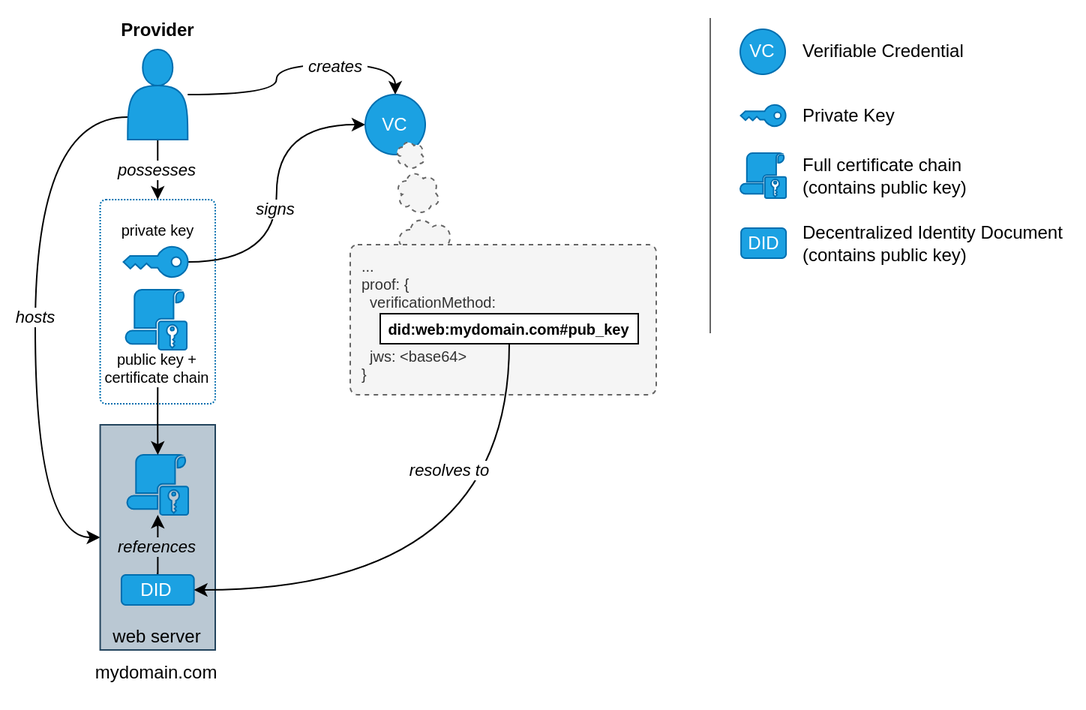
SovereignCloudStack/website keeps this draw.io diagram as _assets/images/blog/gx-credentials/gx-lrn-credential-structure.png. Above is the earlier version. Source tidied: cells renumbered, new cells last; positions are measured from the earlier drawing's top-left corner, leaving out a move shared by most shapes.
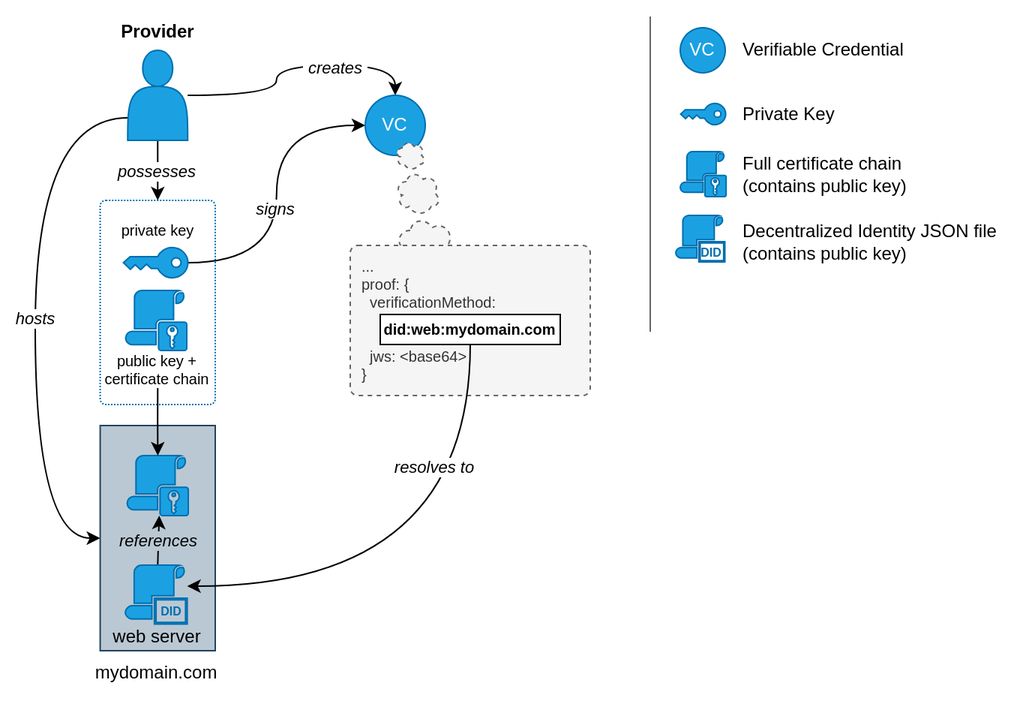
After the change.

What changed in the source:
```diff
@@ -59,15 +59,15 @@
     <mxCell id="17" style="sketch=0;shadow=0;dashed=0;html=1;strokeColor=#006EAF;fillColor=#1ba1e2;labelPosition=center;verticalLabelPosition=bottom;verticalAlign=top;align=center;shape=mxgraph.office.security.role_assignment_policy;fontColor=#ffffff;" parent="1" vertex="1">
       <mxGeometry x="60.3" y="182.5" width="40.7" height="40" as="geometry" />
     </mxCell>
-    <mxCell id="18" style="edgeStyle=orthogonalEdgeStyle;rounded=0;jettySize=auto;html=1;" parent="1" edge="1" source="20" target="15">
-      <mxGeometry relative="1" as="geometry" />
+    <mxCell id="18" style="edgeStyle=orthogonalEdgeStyle;rounded=0;orthogonalLoop=1;jettySize=auto;html=1;" parent="1" edge="1">
+      <mxGeometry relative="1" as="geometry">
+        <mxPoint x="81.6" y="365.5" as="sourcePoint" />
+        <mxPoint x="82.6" y="332.5" as="targetPoint" />
+      </mxGeometry>
     </mxCell>
     <mxCell id="19" value="references" style="edgeLabel;html=1;align=center;verticalAlign=middle;fontStyle=2;labelBackgroundColor=#BAC8D3;" parent="18" vertex="1">
       <mxGeometry x="-0.05" y="1" relative="1" as="geometry" />
     </mxCell>
-    <mxCell id="20" value="DID" style="rounded=1;whiteSpace=wrap;html=1;fillColor=#1ba1e2;fontColor=#ffffff;strokeColor=#006EAF;" parent="1" vertex="1">
-      <mxGeometry x="57.5" y="372.5" width="48.4" height="20" as="geometry" />
-    </mxCell>
     <mxCell id="21" style="ellipse;shape=cloud;whiteSpace=wrap;html=1;dashed=1;fillColor=#f5f5f5;fontColor=#333333;strokeColor=#666666;" parent="1" vertex="1">
       <mxGeometry x="240" y="82.5" width="20" height="20" as="geometry" />
     </mxCell>
@@ -78,18 +78,22 @@
       <mxGeometry x="240" y="132.5" width="40" height="40" as="geometry" />
     </mxCell>
     <mxCell id="24" value="&lt;div style=&quot;font-size: 10px;&quot;&gt;&lt;span style=&quot;background-color: initial; font-size: 10px;&quot;&gt;...&lt;/span&gt;&lt;/div&gt;&lt;div style=&quot;font-size: 10px;&quot;&gt;&lt;span style=&quot;background-color: initial; font-size: 10px;&quot;&gt;proof: {&lt;/span&gt;&lt;/div&gt;&lt;div style=&quot;font-size: 10px;&quot;&gt;&lt;span style=&quot;background-color: initial; font-size: 10px;&quot;&gt;&amp;nbsp; verificationMethod:&lt;/span&gt;&lt;br style=&quot;font-size: 10px;&quot;&gt;&lt;/div&gt;&lt;div style=&quot;font-size: 10px;&quot;&gt;&lt;span style=&quot;background-color: initial; font-size: 10px;&quot;&gt;&lt;br&gt;&lt;/span&gt;&lt;/div&gt;&lt;div style=&quot;font-size: 10px;&quot;&gt;&lt;font style=&quot;font-size: 10px;&quot;&gt;&amp;nbsp; &amp;nbsp;&amp;nbsp;&lt;/font&gt;&lt;/div&gt;&lt;div style=&quot;font-size: 10px;&quot;&gt;&lt;font style=&quot;font-size: 10px;&quot;&gt;&amp;nbsp; jws: &amp;lt;base64&amp;gt;&lt;/font&gt;&lt;/div&gt;&lt;div style=&quot;font-size: 10px;&quot;&gt;&lt;font style=&quot;font-size: 10px;&quot;&gt;}&lt;/font&gt;&lt;/div&gt;" style="shape=label;whiteSpace=wrap;html=1;align=left;rounded=1;spacingLeft=6;dashed=1;fontSize=10;verticalAlign=middle;fillColor=#f5f5f5;fontColor=#333333;strokeColor=#666666;arcSize=5;" parent="1" vertex="1">
-      <mxGeometry x="210" y="152.5" width="204" height="100" as="geometry" />
+      <mxGeometry x="210" y="152.5" width="160" height="100" as="geometry" />
     </mxCell>
-    <mxCell id="25" style="edgeStyle=orthogonalEdgeStyle;rounded=0;jettySize=auto;html=1;entryX=1;entryY=0.5;entryDx=0;entryDy=0;curved=1;exitX=0.5;exitY=1;exitDx=0;exitDy=0;" parent="1" edge="1" source="27" target="20">
-      <mxGeometry relative="1" as="geometry" />
+    <mxCell id="25" style="edgeStyle=orthogonalEdgeStyle;rounded=0;jettySize=auto;html=1;curved=1;exitX=0.5;exitY=1;exitDx=0;exitDy=0;" parent="1" edge="1" source="27" target="44">
+      <mxGeometry relative="1" as="geometry">
+        <Array as="points">
+          <mxPoint x="290" y="379.5" />
+        </Array>
+      </mxGeometry>
     </mxCell>
     <mxCell id="26" value="resolves to" style="edgeLabel;html=1;align=center;verticalAlign=middle;fontStyle=2;" parent="25" vertex="1">
       <mxGeometry x="0.59" y="-7" relative="1" as="geometry">
         <mxPoint x="92" y="-73" as="offset" />
       </mxGeometry>
     </mxCell>
-    <mxCell id="27" value="&lt;font style=&quot;font-size: 10px;&quot;&gt;&lt;b style=&quot;font-size: 10px;&quot;&gt;did:web:mydomain.com&lt;/b&gt;&lt;/font&gt;&lt;span class=&quot;objectBox objectBox-string&quot;&gt;&lt;b&gt;#pub_key&lt;/b&gt;&lt;/span&gt;" style="rounded=0;whiteSpace=wrap;html=1;fontSize=10;" parent="1" vertex="1">
-      <mxGeometry x="230" y="198.5" width="172" height="20" as="geometry" />
+    <mxCell id="27" value="&lt;font style=&quot;font-size: 10px;&quot;&gt;&lt;b style=&quot;font-size: 10px;&quot;&gt;did:web:mydomain.com&lt;/b&gt;&lt;/font&gt;" style="rounded=0;whiteSpace=wrap;html=1;fontSize=10;" parent="1" vertex="1">
+      <mxGeometry x="230" y="198.5" width="120" height="20" as="geometry" />
     </mxCell>
     <mxCell id="28" value="private key" style="text;html=1;align=center;verticalAlign=middle;whiteSpace=wrap;rounded=0;fontSize=10;" parent="1" vertex="1">
       <mxGeometry x="51.6" y="132.5" width="60" height="20" as="geometry" />
@@ -102,36 +106,51 @@
     </mxCell>
     <mxCell id="31" style="endArrow=none;html=1;rounded=0;fillColor=#f5f5f5;strokeColor=#666666;" parent="1" edge="1">
       <mxGeometry relative="1" as="geometry">
-        <mxPoint x="450" y="211.5" as="sourcePoint" />
-        <mxPoint x="450" y="1.5" as="targetPoint" />
+        <mxPoint x="410" y="210" as="sourcePoint" />
+        <mxPoint x="410" as="targetPoint" />
       </mxGeometry>
     </mxCell>
     <mxCell id="32" style="sketch=0;shadow=0;dashed=0;html=1;strokeColor=#006EAF;fillColor=#1ba1e2;labelPosition=center;verticalLabelPosition=bottom;verticalAlign=top;align=center;shape=mxgraph.office.security.role_assignment_policy;fontColor=#ffffff;" parent="1" vertex="1">
-      <mxGeometry x="470" y="91.5" width="30.6" height="30" as="geometry" />
+      <mxGeometry x="430" y="90" width="30.6" height="30" as="geometry" />
     </mxCell>
-    <mxCell id="33" value="DID" style="rounded=1;whiteSpace=wrap;html=1;fillColor=#1ba1e2;fontColor=#ffffff;strokeColor=#006EAF;" parent="1" vertex="1">
-      <mxGeometry x="470.6" y="141.5" width="30" height="20" as="geometry" />
-    </mxCell>
     <mxCell id="34" style="sketch=0;shadow=0;dashed=0;html=1;strokeColor=#006EAF;fillColor=#1ba1e2;labelPosition=center;verticalLabelPosition=bottom;verticalAlign=top;align=center;shape=mxgraph.office.security.key_permissions;rotation=90;fontColor=#ffffff;" parent="1" vertex="1">
-      <mxGeometry x="478.2" y="51.5" width="14.2" height="30" as="geometry" />
+      <mxGeometry x="438.2" y="50" width="14.2" height="30" as="geometry" />
     </mxCell>
     <mxCell id="35" value="VC" style="ellipse;whiteSpace=wrap;html=1;fillColor=#1ba1e2;fontColor=#ffffff;strokeColor=#006EAF;" parent="1" vertex="1">
-      <mxGeometry x="470" y="9" width="30" height="30" as="geometry" />
+      <mxGeometry x="430" y="7.5" width="30" height="30" as="geometry" />
     </mxCell>
     <mxCell id="36" value="Verifiable Credential" style="text;html=1;align=left;verticalAlign=middle;whiteSpace=wrap;rounded=0;" parent="1" vertex="1">
-      <mxGeometry x="510" y="9" width="150" height="30" as="geometry" />
+      <mxGeometry x="470" y="7.5" width="150" height="30" as="geometry" />
     </mxCell>
     <mxCell id="37" value="Private Key" style="text;html=1;align=left;verticalAlign=middle;whiteSpace=wrap;rounded=0;" parent="1" vertex="1">
-      <mxGeometry x="510" y="51.5" width="150" height="30" as="geometry" />
+      <mxGeometry x="470" y="50" width="150" height="30" as="geometry" />
     </mxCell>
     <mxCell id="38" value="Full certificate chain&lt;div&gt;(contains public key)&lt;/div&gt;" style="text;html=1;align=left;verticalAlign=middle;whiteSpace=wrap;rounded=0;" parent="1" vertex="1">
-      <mxGeometry x="510" y="91.5" width="150" height="30" as="geometry" />
+      <mxGeometry x="470" y="90" width="150" height="30" as="geometry" />
     </mxCell>
-    <mxCell id="39" value="Decentralized Identity Document&lt;div&gt;(contains public key)&lt;/div&gt;" style="text;html=1;align=left;verticalAlign=middle;whiteSpace=wrap;rounded=0;" parent="1" vertex="1">
-      <mxGeometry x="510" y="136.5" width="180" height="30" as="geometry" />
+    <mxCell id="39" value="Decentralized Identity JSON file&lt;div&gt;(contains public key)&lt;/div&gt;" style="text;html=1;align=left;verticalAlign=middle;whiteSpace=wrap;rounded=0;" parent="1" vertex="1">
+      <mxGeometry x="470" y="135" width="180" height="30" as="geometry" />
     </mxCell>
     <mxCell id="40" value="mydomain.com" style="text;html=1;align=center;verticalAlign=middle;whiteSpace=wrap;rounded=0;fontSize=12;" parent="1" vertex="1">
       <mxGeometry x="40.7" y="422.5" width="80" height="30" as="geometry" />
     </mxCell>
+    <mxCell id="41" style="group;" parent="1" vertex="1">
+      <mxGeometry x="427" y="132.5" width="56" height="53" as="geometry" />
+    </mxCell>
+    <mxCell id="42" style="sketch=0;shadow=0;dashed=0;html=1;strokeColor=#006EAF;fillColor=#1ba1e2;labelPosition=center;verticalLabelPosition=bottom;verticalAlign=top;align=center;shape=mxgraph.office.security.email_address_policy;fontColor=#ffffff;" parent="41" vertex="1">
+      <mxGeometry width="32.8" height="31" as="geometry" />
+    </mxCell>
+    <mxCell id="33" value="&lt;font style=&quot;font-size: 8px;&quot; color=&quot;#006eaf&quot;&gt;DID&lt;/font&gt;" style="rounded=0;whiteSpace=wrap;html=1;strokeColor=none;fillColor=#FFFFFF;fontColor=#007FFF;fontStyle=1;" parent="41" vertex="1">
+      <mxGeometry x="17.3" y="19" width="14" height="10" as="geometry" />
+    </mxCell>
+    <mxCell id="43" style="group;" parent="1" vertex="1">
+      <mxGeometry x="60" y="365.5" width="70.6" height="67" as="geometry" />
+    </mxCell>
+    <mxCell id="44" style="sketch=0;shadow=0;dashed=0;html=1;strokeColor=#006EAF;fillColor=#1ba1e2;labelPosition=center;verticalLabelPosition=bottom;verticalAlign=top;outlineConnect=0;align=center;shape=mxgraph.office.security.email_address_policy;fontColor=#ffffff;" parent="43" vertex="1">
+      <mxGeometry width="41.3" height="39.2" as="geometry" />
+    </mxCell>
+    <mxCell id="20" value="&lt;font style=&quot;font-size: 8px;&quot; color=&quot;#006eaf&quot;&gt;DID&lt;/font&gt;" style="rounded=0;whiteSpace=wrap;html=1;strokeColor=none;fillColor=#BAC8D3;fontColor=#007FFF;fontStyle=1;" parent="43" vertex="1">
+      <mxGeometry x="21.8" y="24" width="17.7" height="12.6" as="geometry" />
+    </mxCell>
   </root>
 </mxGraphModel>
```
